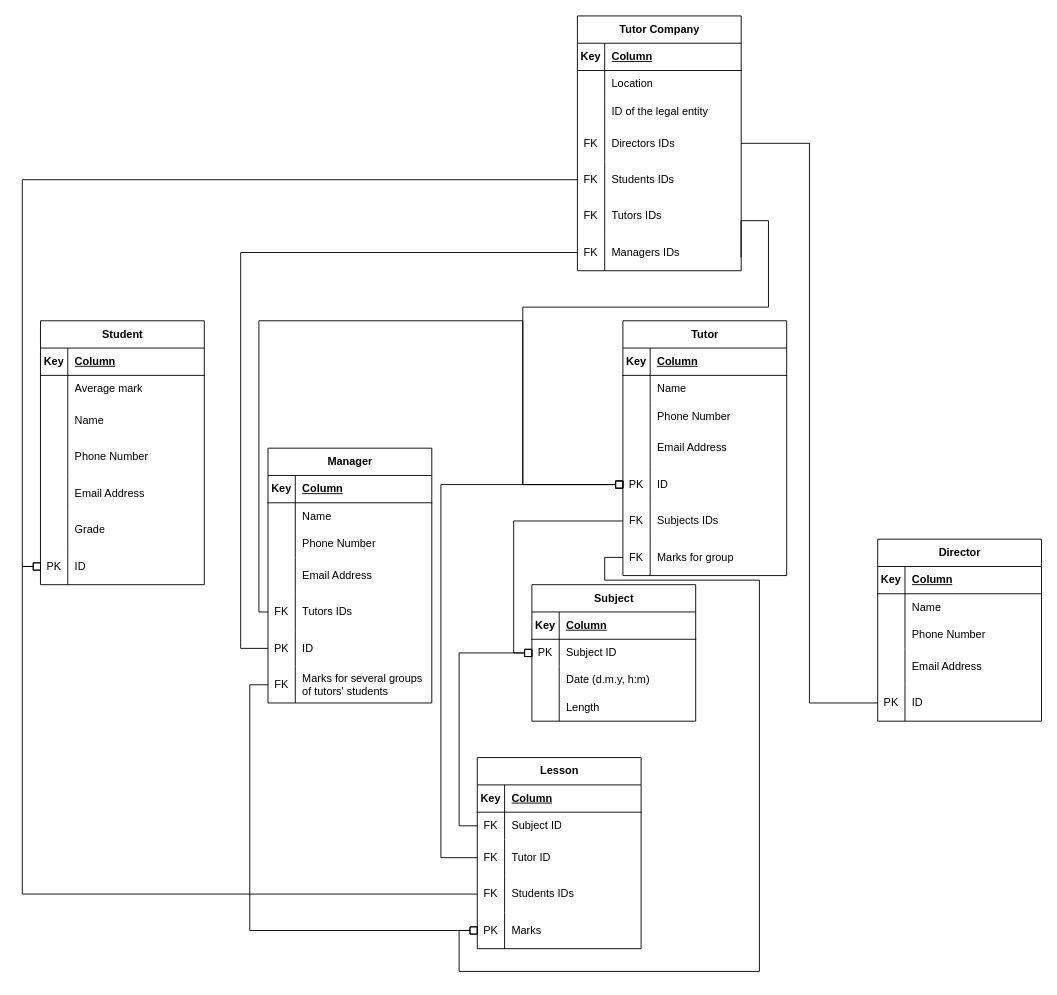
The draw.io diagram er_diagramm.drawio in H0p1ty/data_bases, before the edit. Source tidied: cells renumbered, new cells numbered last; positions are measured from the earlier drawing's top-left corner, leaving out a move shared by most shapes. Both pictures are drawn from the tidied source at 91%, with x=0, y=0 at pixel (22, 15).
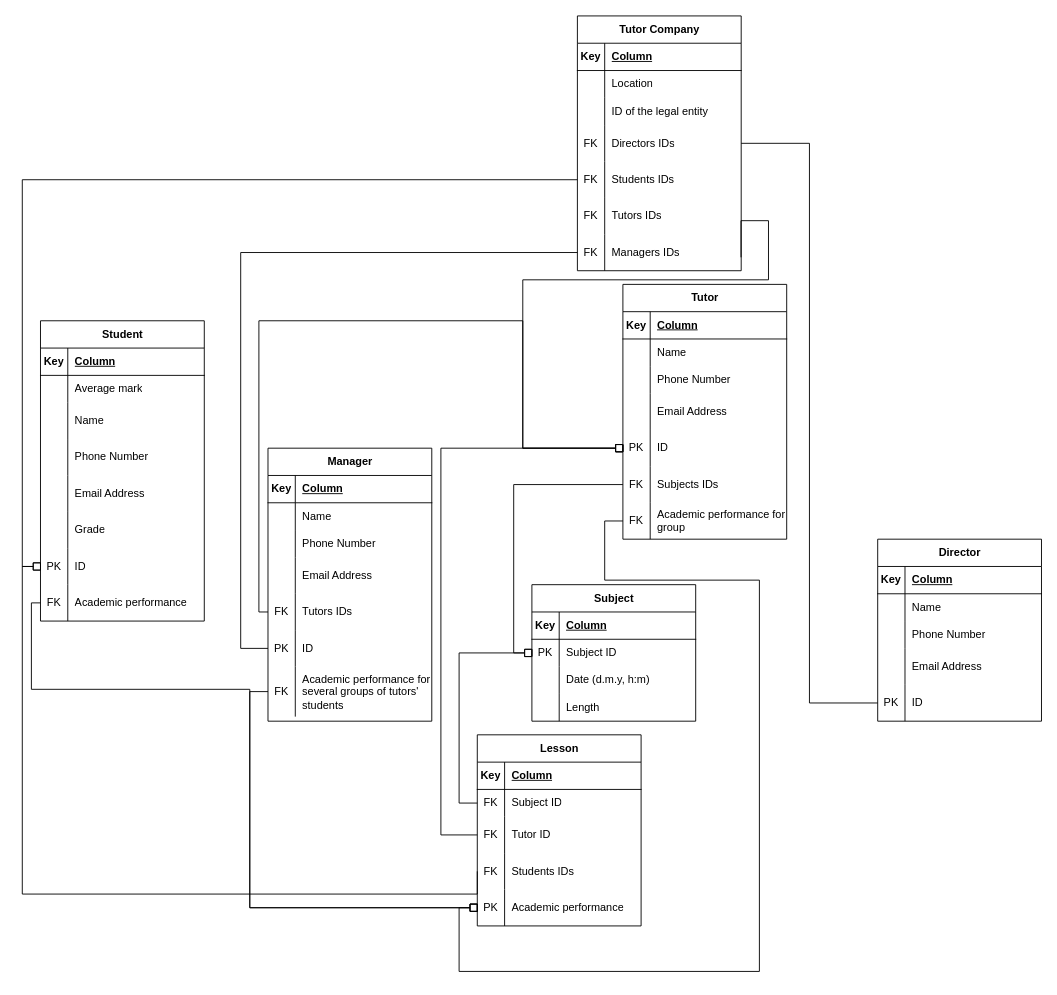
After the change.

The change refers to these unchanged cells:
```xml
<mxCell id="34" style="shape=tableRow;horizontal=0;startSize=0;swimlaneHead=0;swimlaneBody=0;fillColor=none;points=[[0,0.5],[1,0.5]];portConstraint=eastwest;top=0;left=0;right=0;bottom=0;" parent="21" vertex="1">
  <mxGeometry y="160" width="180" height="40" as="geometry" />
</mxCell>
<mxCell id="40" style="shape=tableRow;horizontal=0;startSize=0;swimlaneHead=0;swimlaneBody=0;fillColor=none;points=[[0,0.5],[1,0.5]];portConstraint=eastwest;top=0;left=0;right=0;bottom=0;" parent="21" vertex="1">
  <mxGeometry y="240" width="180" height="40" as="geometry" />
</mxCell>
<mxCell id="56" style="shape=tableRow;horizontal=0;startSize=0;swimlaneHead=0;swimlaneBody=0;fillColor=none;points=[[0,0.5],[1,0.5]];portConstraint=eastwest;top=0;left=0;right=0;bottom=0;" parent="43" vertex="1">
  <mxGeometry y="160" width="180" height="40" as="geometry" />
</mxCell>
<mxCell id="62" style="shape=tableRow;horizontal=0;startSize=0;swimlaneHead=0;swimlaneBody=0;fillColor=none;points=[[0,0.5],[1,0.5]];portConstraint=eastwest;top=0;left=0;right=0;bottom=0;" parent="43" vertex="1">
  <mxGeometry y="240" width="180" height="40" as="geometry" />
</mxCell>
<mxCell id="72" style="shape=tableRow;horizontal=0;startSize=0;swimlaneHead=0;swimlaneBody=0;fillColor=none;points=[[0,0.5],[1,0.5]];portConstraint=eastwest;top=0;left=0;right=0;bottom=0;" parent="65" vertex="1">
  <mxGeometry y="90" width="180" height="40" as="geometry" />
</mxCell>
<mxCell id="75" style="shape=tableRow;horizontal=0;startSize=0;swimlaneHead=0;swimlaneBody=0;fillColor=none;points=[[0,0.5],[1,0.5]];portConstraint=eastwest;top=0;left=0;right=0;bottom=0;" parent="65" vertex="1">
  <mxGeometry y="130" width="180" height="40" as="geometry" />
</mxCell>
<mxCell id="78" style="shape=tableRow;horizontal=0;startSize=0;swimlaneHead=0;swimlaneBody=0;fillColor=none;points=[[0,0.5],[1,0.5]];portConstraint=eastwest;top=0;left=0;right=0;bottom=0;" parent="65" vertex="1">
  <mxGeometry y="170" width="180" height="40" as="geometry" />
</mxCell>
```

Change to the diagram source:
```diff
@@
-    <mxCell id="2" style="edgeStyle=orthogonalEdgeStyle;rounded=0;jettySize=auto;html=1;endArrow=none;endFill=0;entryX=0;entryY=0.5;entryDx=0;entryDy=0;exitX=0;exitY=0.5;exitDx=0;exitDy=0;startArrow=box;startFill=0;" parent="1" edge="1" source="100" target="75">
+    <mxCell id="2" style="edgeStyle=orthogonalEdgeStyle;rounded=0;jettySize=auto;html=1;endArrow=none;endFill=0;entryX=0;entryY=0.5;entryDx=0;entryDy=0;exitX=0;exitY=0.5;exitDx=0;exitDy=0;startArrow=box;startFill=0;" parent="1" edge="1" source="146" target="75">
       <mxGeometry relative="1" as="geometry">
         <Array as="points">
           <mxPoint y="605" />
           <mxPoint y="965" />
+          <mxPoint x="500" y="965" />
         </Array>
       </mxGeometry>
     </mxCell>
-    <mxCell id="3" style="edgeStyle=orthogonalEdgeStyle;rounded=0;jettySize=auto;html=1;exitX=0;exitY=0.5;exitDx=0;exitDy=0;endArrow=none;endFill=0;entryX=0;entryY=0.5;entryDx=0;entryDy=0;startArrow=box;startFill=0;" parent="1" edge="1" source="100" target="34">
+    <mxCell id="3" style="edgeStyle=orthogonalEdgeStyle;rounded=0;jettySize=auto;html=1;exitX=0;exitY=0.5;exitDx=0;exitDy=0;endArrow=none;endFill=0;entryX=0;entryY=0.5;entryDx=0;entryDy=0;startArrow=box;startFill=0;" parent="1" edge="1" source="146" target="34">
       <mxGeometry relative="1" as="geometry">
         <Array as="points">
           <mxPoint y="605" />
           <mxPoint y="180" />
         </Array>
       </mxGeometry>
     </mxCell>
     <mxCell id="4" style="edgeStyle=orthogonalEdgeStyle;rounded=0;jettySize=auto;html=1;entryX=0.999;entryY=0.632;entryDx=0;entryDy=0;endArrow=none;endFill=0;startArrow=box;startFill=0;entryPerimeter=0;exitX=0;exitY=0.5;exitDx=0;exitDy=0;" parent="1" edge="1" source="56" target="40">
       <mxGeometry relative="1" as="geometry">
         <Array as="points">
-          <mxPoint x="550" y="515" />
-          <mxPoint x="550" y="320" />
-          <mxPoint x="820" y="320" />
+          <mxPoint x="550" y="475" />
+          <mxPoint x="550" y="290" />
+          <mxPoint x="820" y="290" />
           <mxPoint x="820" y="225" />
           <mxPoint x="790" y="225" />
         </Array>
       </mxGeometry>
     </mxCell>
@@
     <mxCell id="43" value="Tutor" style="shape=table;startSize=30;childLayout=tableLayout;rowLines=0;fontStyle=1;align=center;html=1;" parent="1" vertex="1">
-      <mxGeometry x="660" y="335" width="180" height="280" as="geometry" />
+      <mxGeometry x="660" y="295" width="180" height="280" as="geometry" />
     </mxCell>
@@
-    <mxCell id="64" value="Marks for group" style="shape=partialRectangle;fillColor=none;top=0;left=0;bottom=0;right=0;align=left;spacingLeft=6;overflow=hidden;whiteSpace=wrap;html=1;" parent="62" vertex="1">
+    <mxCell id="64" value="Academic performance&amp;nbsp;for group" style="shape=partialRectangle;fillColor=none;top=0;left=0;bottom=0;right=0;align=left;spacingLeft=6;overflow=hidden;whiteSpace=wrap;html=1;" parent="62" vertex="1">
       <mxGeometry x="30" width="150" height="40" as="geometry" />
     </mxCell>
     <mxCell id="65" value="Lesson" style="shape=table;startSize=30;childLayout=tableLayout;rowLines=0;fontStyle=1;align=center;html=1;" parent="1" vertex="1">
-      <mxGeometry x="500" y="815" width="180" height="210" as="geometry" />
+      <mxGeometry x="500" y="790" width="180" height="210" as="geometry" />
     </mxCell>
@@
-    <mxCell id="80" value="Marks" style="shape=partialRectangle;fillColor=none;top=0;left=0;bottom=0;right=0;align=left;spacingLeft=6;overflow=hidden;whiteSpace=wrap;html=1;" parent="78" vertex="1">
+    <mxCell id="80" value="Academic performance" style="shape=partialRectangle;fillColor=none;top=0;left=0;bottom=0;right=0;align=left;spacingLeft=6;overflow=hidden;whiteSpace=wrap;html=1;" parent="78" vertex="1">
       <mxGeometry x="30" width="150" height="40" as="geometry" />
     </mxCell>
     <mxCell id="81" value="Student" style="shape=table;startSize=30;childLayout=tableLayout;rowLines=0;fontStyle=1;align=center;html=1;" parent="1" vertex="1">
-      <mxGeometry x="20" y="335" width="180" height="290" as="geometry" />
+      <mxGeometry x="20" y="335" width="180" height="330" as="geometry" />
     </mxCell>
@@
+    <mxCell id="146" style="shape=tableRow;horizontal=0;startSize=0;swimlaneHead=0;swimlaneBody=0;fillColor=none;points=[[0,0.5],[1,0.5]];portConstraint=eastwest;top=0;left=0;right=0;bottom=0;" parent="81" vertex="1">
+      <mxGeometry y="250" width="180" height="40" as="geometry" />
+    </mxCell>
+    <mxCell id="147" value="PK" style="shape=partialRectangle;fillColor=none;top=0;left=0;bottom=0;right=0;overflow=hidden;whiteSpace=wrap;html=1;" parent="146" vertex="1">
+      <mxGeometry width="30" height="40" as="geometry" />
+    </mxCell>
+    <mxCell id="148" value="ID" style="shape=partialRectangle;fillColor=none;top=0;left=0;bottom=0;right=0;align=left;spacingLeft=6;overflow=hidden;whiteSpace=wrap;html=1;" parent="146" vertex="1">
+      <mxGeometry x="30" width="150" height="40" as="geometry" />
+    </mxCell>
     <mxCell id="100" style="shape=tableRow;horizontal=0;startSize=0;swimlaneHead=0;swimlaneBody=0;fillColor=none;points=[[0,0.5],[1,0.5]];portConstraint=eastwest;top=0;left=0;right=0;bottom=0;" parent="81" vertex="1">
-      <mxGeometry y="250" width="180" height="40" as="geometry" />
+      <mxGeometry y="290" width="180" height="40" as="geometry" />
     </mxCell>
-    <mxCell id="101" value="PK" style="shape=partialRectangle;fillColor=none;top=0;left=0;bottom=0;right=0;overflow=hidden;whiteSpace=wrap;html=1;" parent="100" vertex="1">
+    <mxCell id="101" value="FK" style="shape=partialRectangle;fillColor=none;top=0;left=0;bottom=0;right=0;overflow=hidden;whiteSpace=wrap;html=1;" parent="100" vertex="1">
       <mxGeometry width="30" height="40" as="geometry" />
     </mxCell>
-    <mxCell id="102" value="ID" style="shape=partialRectangle;fillColor=none;top=0;left=0;bottom=0;right=0;align=left;spacingLeft=6;overflow=hidden;whiteSpace=wrap;html=1;" parent="100" vertex="1">
+    <mxCell id="102" value="Academic performance" style="shape=partialRectangle;fillColor=none;top=0;left=0;bottom=0;right=0;align=left;spacingLeft=6;overflow=hidden;whiteSpace=wrap;html=1;" parent="100" vertex="1">
       <mxGeometry x="30" width="150" height="40" as="geometry" />
     </mxCell>
@@
     <mxCell id="116" style="edgeStyle=orthogonalEdgeStyle;rounded=0;jettySize=auto;html=1;exitX=0;exitY=0.5;exitDx=0;exitDy=0;endArrow=box;endFill=0;entryX=0;entryY=0.5;entryDx=0;entryDy=0;" parent="1" edge="1" source="72" target="56">
       <mxGeometry relative="1" as="geometry">
         <Array as="points">
-          <mxPoint x="460" y="925" />
-          <mxPoint x="460" y="515" />
+          <mxPoint x="460" y="900" />
+          <mxPoint x="460" y="475" />
         </Array>
       </mxGeometry>
     </mxCell>
     <mxCell id="117" value="Manager" style="shape=table;startSize=30;childLayout=tableLayout;rowLines=0;fontStyle=1;align=center;html=1;" parent="1" vertex="1">
-      <mxGeometry x="270" y="475" width="180" height="280" as="geometry" />
+      <mxGeometry x="270" y="475" width="180" height="300" as="geometry" />
     </mxCell>
@@
     <mxCell id="136" style="shape=tableRow;horizontal=0;startSize=0;swimlaneHead=0;swimlaneBody=0;fillColor=none;points=[[0,0.5],[1,0.5]];portConstraint=eastwest;top=0;left=0;right=0;bottom=0;" parent="117" vertex="1">
-      <mxGeometry y="240" width="180" height="40" as="geometry" />
+      <mxGeometry y="240" width="180" height="55" as="geometry" />
     </mxCell>
     <mxCell id="137" value="FK" style="shape=partialRectangle;fillColor=none;top=0;left=0;bottom=0;right=0;overflow=hidden;whiteSpace=wrap;html=1;" parent="136" vertex="1">
-      <mxGeometry width="30" height="40" as="geometry" />
+      <mxGeometry width="30" height="55" as="geometry" />
     </mxCell>
-    <mxCell id="138" value="Marks for several groups of tutors' students" style="shape=partialRectangle;fillColor=none;top=0;left=0;bottom=0;right=0;align=left;spacingLeft=6;overflow=hidden;whiteSpace=wrap;html=1;" parent="136" vertex="1">
-      <mxGeometry x="30" width="150" height="40" as="geometry" />
+    <mxCell id="138" value="Academic performance for several groups of tutors' students" style="shape=partialRectangle;fillColor=none;top=0;left=0;bottom=0;right=0;align=left;spacingLeft=6;overflow=hidden;whiteSpace=wrap;html=1;" parent="136" vertex="1">
+      <mxGeometry x="30" width="150" height="55" as="geometry" />
     </mxCell>
     <mxCell id="139" style="edgeStyle=orthogonalEdgeStyle;rounded=0;jettySize=auto;html=1;entryX=0;entryY=0.5;entryDx=0;entryDy=0;endArrow=box;endFill=0;" parent="1" edge="1" target="56">
       <mxGeometry relative="1" as="geometry">
         <mxPoint x="270" y="655" as="sourcePoint" />
         <Array as="points">
           <mxPoint x="260" y="655" />
           <mxPoint x="260" y="335" />
           <mxPoint x="550" y="335" />
-          <mxPoint x="550" y="515" />
+          <mxPoint x="550" y="475" />
         </Array>
       </mxGeometry>
     </mxCell>
@@
     <mxCell id="144" style="edgeStyle=orthogonalEdgeStyle;rounded=0;jettySize=auto;html=1;exitX=0;exitY=0.5;exitDx=0;exitDy=0;entryX=0;entryY=0.5;entryDx=0;entryDy=0;endArrow=none;endFill=0;startArrow=box;startFill=0;" parent="1" edge="1" source="78" target="62">
       <mxGeometry relative="1" as="geometry">
         <Array as="points">
-          <mxPoint x="480" y="1005" />
+          <mxPoint x="480" y="980" />
           <mxPoint x="480" y="1050" />
           <mxPoint x="810" y="1050" />
           <mxPoint x="810" y="620" />
           <mxPoint x="640" y="620" />
-          <mxPoint x="640" y="595" />
+          <mxPoint x="640" y="555" />
         </Array>
       </mxGeometry>
     </mxCell>
@@
+    <mxCell id="149" style="edgeStyle=orthogonalEdgeStyle;rounded=0;jettySize=auto;html=1;exitX=0;exitY=0.5;exitDx=0;exitDy=0;entryX=0;entryY=0.5;entryDx=0;entryDy=0;endArrow=none;endFill=0;startArrow=box;startFill=0;" parent="1" edge="1" source="78" target="100">
+      <mxGeometry relative="1" as="geometry">
+        <Array as="points">
+          <mxPoint x="250" y="980" />
+          <mxPoint x="250" y="740" />
+          <mxPoint x="10" y="740" />
+          <mxPoint x="10" y="645" />
+        </Array>
+      </mxGeometry>
+    </mxCell>
```
